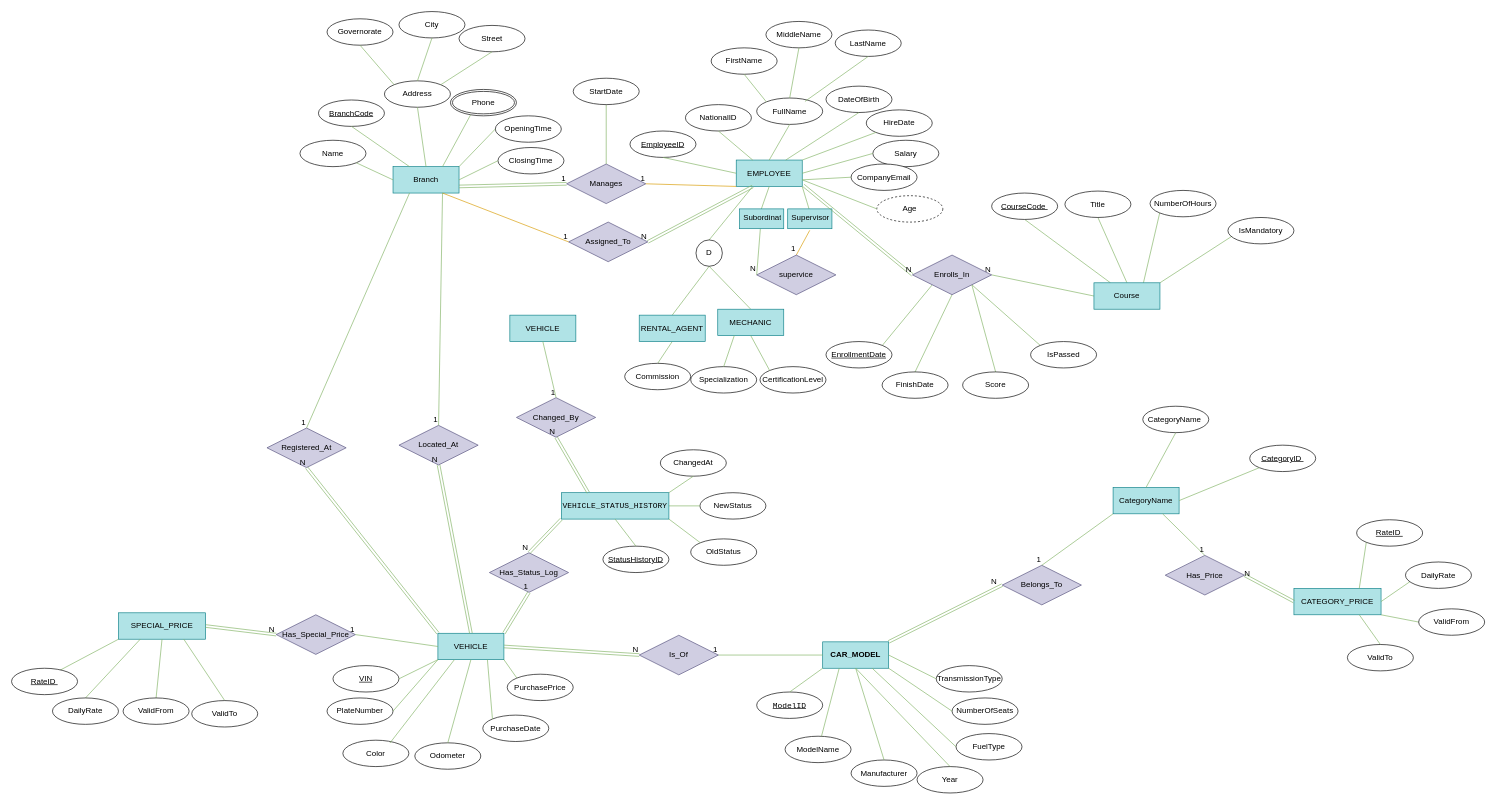
Before: page "ERD-1-HR_and_Operations-1" (1 of 9) of DriveNow.drawio in mahmoudfathy2005/mahmoudfathy2005-Database-Assignment-1, a draw.io diagram. Source tidied: cells renumbered, new cells numbered last; positions are measured from the earlier drawing's top-left corner, leaving out a move shared by most shapes. Both pictures are drawn from the tidied source at 66%, with x=0, y=0 at pixel (11, 11).
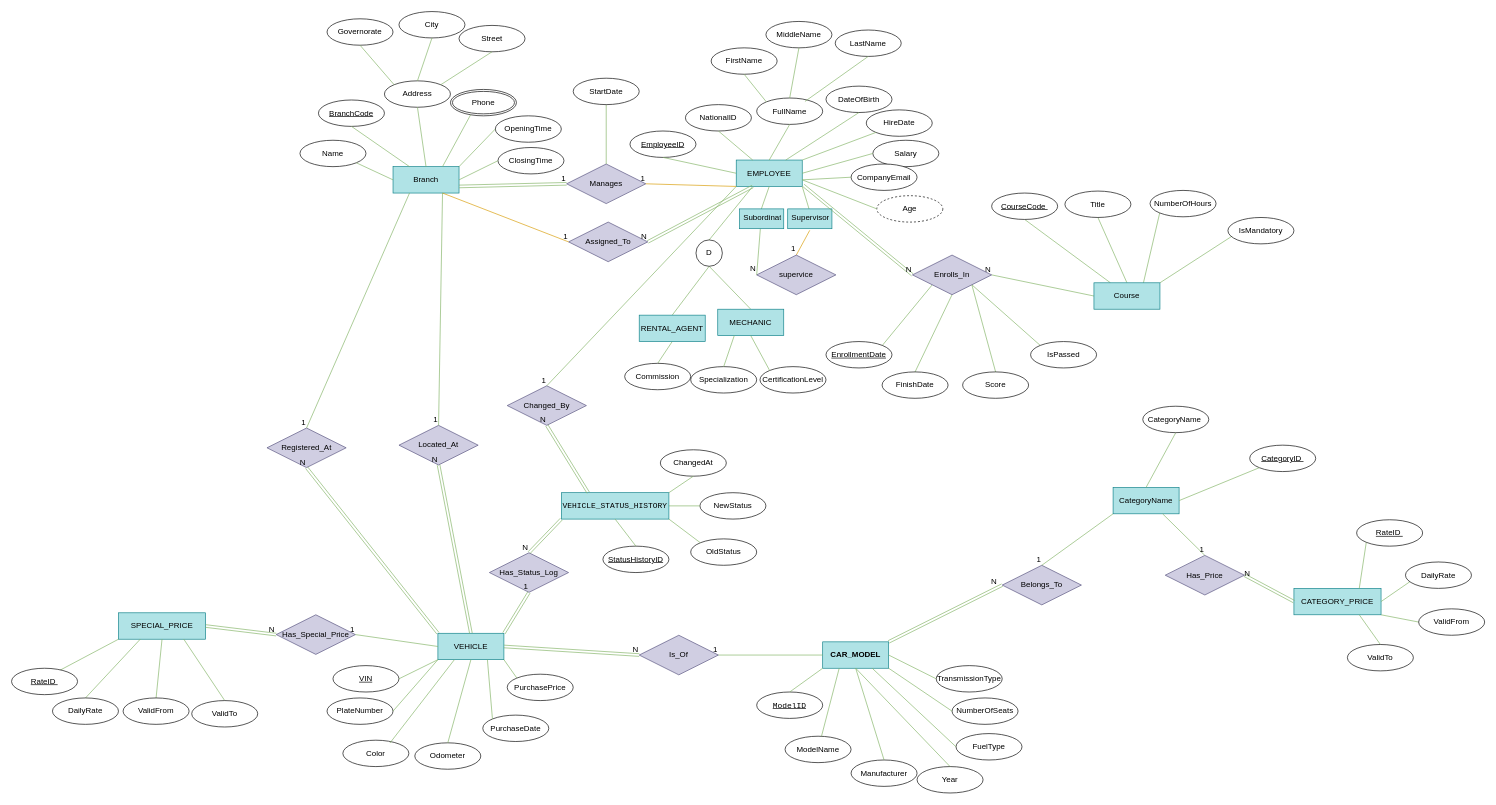
The same diagram, later.

Commit message (it also covers changes not shown here):
Export ERD diagram Alter HR and Operations

The change refers to these unchanged cells:
```xml
<mxCell id="25" value="EMPLOYEE" style="whiteSpace=wrap;html=1;align=center;fillColor=#b0e3e6;strokeColor=#0e8088;" parent="1" vertex="1">
  <mxGeometry x="1098" y="225" width="100" height="40" as="geometry" />
</mxCell>
```

The edit, as a diff of the source:
```diff
@@
-    <mxCell id="156" value="VEHICLE" style="whiteSpace=wrap;html=1;align=center;fillColor=#b0e3e6;strokeColor=#0e8088;" parent="1" vertex="1">
-      <mxGeometry x="755" y="460" width="100" height="40" as="geometry" />
-    </mxCell>
@@
     <mxCell id="176" value="Changed_By" style="shape=rhombus;perimeter=rhombusPerimeter;whiteSpace=wrap;html=1;align=center;fillColor=#d0cee2;strokeColor=#56517e;" parent="1" vertex="1">
-      <mxGeometry x="765" y="585" width="120" height="60" as="geometry" />
+      <mxGeometry x="751" y="567" width="120" height="60" as="geometry" />
     </mxCell>
@@
-    <mxCell id="182" style="endArrow=none;html=1;rounded=0;defaultLabelBackgroundColor=page;labelPadding=0 4;fillColor=#d5e8d4;strokeColor=#82b366;exitX=0.5;exitY=1;exitDx=0;exitDy=0;entryX=0.5;entryY=0;entryDx=0;entryDy=0;" parent="1" edge="1" source="156" target="176">
+    <mxCell id="182" style="endArrow=none;html=1;rounded=0;defaultLabelBackgroundColor=page;labelPadding=0 4;fillColor=#d5e8d4;strokeColor=#82b366;exitX=0;exitY=1;exitDx=0;exitDy=0;entryX=0.5;entryY=0;entryDx=0;entryDy=0;" parent="1" edge="1" source="25" target="176">
       <mxGeometry relative="1" as="geometry" />
     </mxCell>
```
